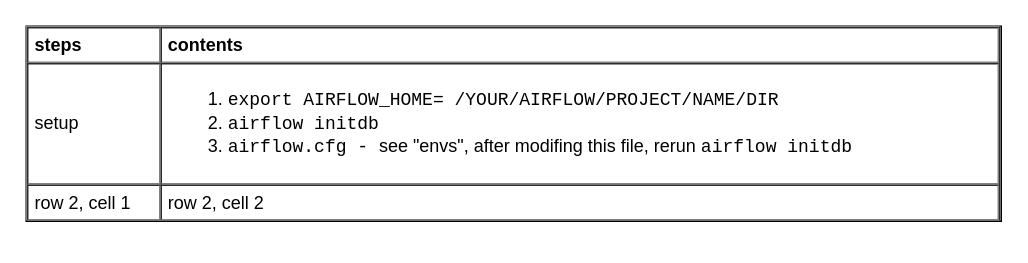
This is page "how" (2 of 2) of languages/python/airflow.drawio from yangdj/tf_docs, a draw.io file, before an edit. Source tidied: cells renumbered, new cells numbered last; positions are measured from the earlier drawing's top-left corner, leaving out a move shared by most shapes. Both pictures are drawn from the tidied source at 150%, with x=0, y=0 at pixel (26, 26).
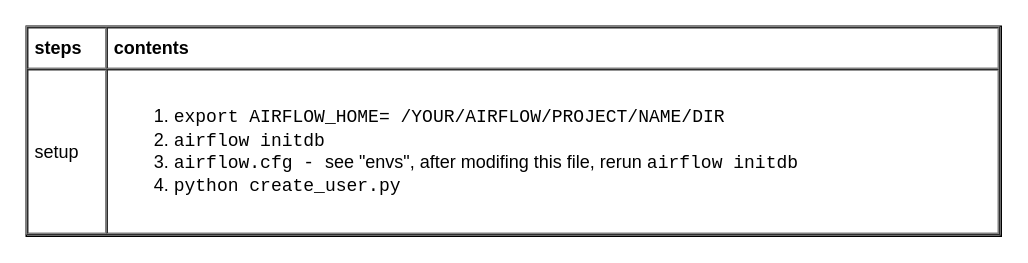
Above is the later version.

Diff of the diagram source:
```diff
@@
 <mxGraphModel>
   <root>
     <mxCell id="0" />
     <mxCell id="1" parent="0" />
-    <mxCell id="2" value="&lt;table cellpadding=&quot;4&quot; cellspacing=&quot;0&quot; border=&quot;1&quot; style=&quot;font-size: 1em ; width: 100% ; height: 100%&quot;&gt;&lt;tbody&gt;&lt;tr&gt;&lt;th&gt;steps&lt;/th&gt;&lt;th&gt;contents&lt;/th&gt;&lt;/tr&gt;&lt;tr&gt;&lt;td&gt;setup&lt;/td&gt;&lt;td&gt;&lt;ol&gt;&lt;li&gt;&lt;font face=&quot;Courier New&quot;&gt;export AIRFLOW_HOME= /YOUR/AIRFLOW/PROJECT/NAME/DIR&lt;/font&gt;&lt;/li&gt;&lt;li&gt;&lt;font face=&quot;Courier New&quot;&gt;airflow initdb&lt;br&gt;&lt;/font&gt;&lt;/li&gt;&lt;li&gt;&lt;font face=&quot;Courier New&quot;&gt;airflow.cfg - &lt;/font&gt;see &quot;envs&quot;, after modifing this file, rerun &lt;font face=&quot;Courier New&quot;&gt;airflow initdb&lt;/font&gt;&lt;br&gt;&lt;/li&gt;&lt;/ol&gt;&lt;/td&gt;&lt;/tr&gt;&lt;tr&gt;&lt;td&gt;row 2, cell 1&lt;/td&gt;&lt;td&gt;row 2, cell 2&lt;/td&gt;&lt;/tr&gt;&lt;/tbody&gt;&lt;/table&gt; " style="verticalAlign=top;align=left;overflow=fill;fontSize=12;fontFamily=Helvetica;html=1;" parent="1" vertex="1">
-      <mxGeometry width="650" height="130" as="geometry" />
+    <mxCell id="2" value="&lt;table cellpadding=&quot;4&quot; cellspacing=&quot;0&quot; border=&quot;1&quot; style=&quot;font-size: 1em ; width: 100% ; height: 100%&quot;&gt;&lt;tbody&gt;&lt;tr&gt;&lt;th&gt;steps&lt;/th&gt;&lt;th&gt;contents&lt;/th&gt;&lt;/tr&gt;&lt;tr&gt;&lt;td&gt;setup&lt;/td&gt;&lt;td&gt;&lt;ol&gt;&lt;li&gt;&lt;font face=&quot;Courier New&quot;&gt;export AIRFLOW_HOME= /YOUR/AIRFLOW/PROJECT/NAME/DIR&lt;/font&gt;&lt;/li&gt;&lt;li&gt;&lt;font face=&quot;Courier New&quot;&gt;airflow initdb&lt;br&gt;&lt;/font&gt;&lt;/li&gt;&lt;li&gt;&lt;font face=&quot;Courier New&quot;&gt;airflow.cfg - &lt;/font&gt;see &quot;envs&quot;, after modifing this file, rerun &lt;font face=&quot;Courier New&quot;&gt;airflow initdb&lt;/font&gt;&lt;br&gt;&lt;/li&gt;&lt;li&gt;&lt;font face=&quot;Courier New&quot;&gt;python create_user.py&lt;/font&gt;&lt;/li&gt;&lt;/ol&gt;&lt;/td&gt;&lt;/tr&gt;&lt;/tbody&gt;&lt;/table&gt; " style="verticalAlign=top;align=left;overflow=fill;fontSize=12;fontFamily=Helvetica;html=1;" parent="1" vertex="1">
+      <mxGeometry width="650" height="140" as="geometry" />
     </mxCell>
   </root>
 </mxGraphModel>
```
